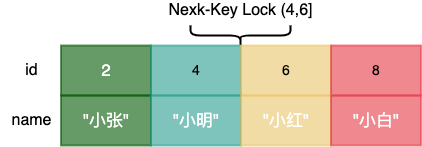
The draw.io diagram img/mysql/mysql-next-key-demo2.png in boilingfrog/Go-POINT, before a commit. Source tidied: cells renumbered, new cells last; positions are measured from the earlier drawing's top-left corner, leaving out a move shared by most shapes.
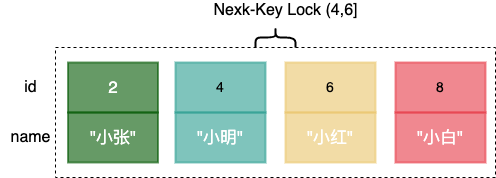
Later version of the same file.

Commit message:
feat:MySQL 中的锁

The edit, as a diff of the source:
```diff
@@ -6,37 +6,40 @@
       <mxGeometry x="60.5" y="45" width="90" height="50" as="geometry" />
     </mxCell>
     <mxCell id="3" value="4" style="rounded=0;whiteSpace=wrap;html=1;fillStyle=auto;fontSize=14;strokeColor=#2A9D8F;strokeWidth=2;fillColor=#2A9D8F;opacity=60;" parent="1" vertex="1">
-      <mxGeometry x="150.5" y="45" width="90" height="50" as="geometry" />
+      <mxGeometry x="168" y="45" width="90" height="50" as="geometry" />
     </mxCell>
     <mxCell id="4" value="6" style="rounded=0;whiteSpace=wrap;html=1;fillStyle=auto;fontSize=14;strokeColor=#E9C46A;strokeWidth=2;fillColor=#E9C46A;opacity=60;" parent="1" vertex="1">
-      <mxGeometry x="240.5" y="45" width="90" height="50" as="geometry" />
+      <mxGeometry x="278" y="45" width="90" height="50" as="geometry" />
     </mxCell>
     <mxCell id="5" value="8" style="rounded=0;whiteSpace=wrap;html=1;fillStyle=auto;fontSize=14;strokeColor=#E63946;strokeWidth=2;fillColor=#E63946;opacity=60;" parent="1" vertex="1">
-      <mxGeometry x="330.5" y="45" width="90" height="50" as="geometry" />
+      <mxGeometry x="388" y="45" width="90" height="50" as="geometry" />
     </mxCell>
     <mxCell id="6" value="&lt;span style=&quot;font-size: 17px&quot;&gt;&quot;小张&quot;&lt;/span&gt;" style="rounded=0;whiteSpace=wrap;html=1;fillStyle=auto;fontSize=14;strokeColor=#005700;strokeWidth=2;fillColor=#005700;fontColor=#ffffff;opacity=60;" parent="1" vertex="1">
       <mxGeometry x="60.5" y="95" width="90" height="50" as="geometry" />
     </mxCell>
     <mxCell id="7" value="&lt;span style=&quot;color: rgb(255 , 255 , 255) ; font-size: 17px&quot;&gt;&quot;小明&quot;&lt;/span&gt;" style="rounded=0;whiteSpace=wrap;html=1;fillStyle=auto;fontSize=14;strokeColor=#2A9D8F;strokeWidth=2;fillColor=#2A9D8F;opacity=60;" parent="1" vertex="1">
-      <mxGeometry x="150.5" y="95" width="90" height="50" as="geometry" />
+      <mxGeometry x="168" y="95" width="90" height="50" as="geometry" />
     </mxCell>
     <mxCell id="8" value="&lt;span style=&quot;color: rgb(255 , 255 , 255) ; font-size: 17px&quot;&gt;&quot;小红&quot;&lt;/span&gt;" style="rounded=0;whiteSpace=wrap;html=1;fillStyle=auto;fontSize=14;strokeColor=#E9C46A;strokeWidth=2;fillColor=#E9C46A;opacity=60;" parent="1" vertex="1">
-      <mxGeometry x="240.5" y="95" width="90" height="50" as="geometry" />
+      <mxGeometry x="278" y="95" width="90" height="50" as="geometry" />
     </mxCell>
     <mxCell id="9" value="&lt;span style=&quot;color: rgb(255 , 255 , 255) ; font-size: 17px&quot;&gt;&quot;小白&quot;&lt;/span&gt;" style="rounded=0;whiteSpace=wrap;html=1;fillStyle=auto;fontSize=14;strokeColor=#E63946;strokeWidth=2;fillColor=#E63946;opacity=60;" parent="1" vertex="1">
-      <mxGeometry x="330.5" y="95" width="90" height="50" as="geometry" />
+      <mxGeometry x="388" y="95" width="90" height="50" as="geometry" />
     </mxCell>
     <mxCell id="10" value="&lt;font style=&quot;font-size: 16px&quot;&gt;Nexk-Key Lock (4,6]&lt;/font&gt;" style="text;html=1;align=center;verticalAlign=middle;strokeColor=none;fillColor=none;" parent="1" vertex="1">
-      <mxGeometry x="160" width="160" height="20" as="geometry" />
+      <mxGeometry x="198" y="-17" width="160" height="20" as="geometry" />
     </mxCell>
-    <mxCell id="11" style="shape=curlyBracket;whiteSpace=wrap;html=1;rounded=1;fontSize=16;direction=north;strokeWidth=2;" parent="1" vertex="1">
-      <mxGeometry x="190" y="25" width="100" height="20" as="geometry" />
+    <mxCell id="11" style="shape=curlyBracket;whiteSpace=wrap;html=1;rounded=1;fontSize=16;direction=south;strokeWidth=2;size=0.5;" parent="1" vertex="1">
+      <mxGeometry x="248" y="10" width="40" height="20" as="geometry" />
     </mxCell>
     <mxCell id="12" value="&lt;font style=&quot;font-size: 16px&quot;&gt;id&lt;/font&gt;" style="text;html=1;align=center;verticalAlign=middle;strokeColor=none;fillColor=none;" parent="1" vertex="1">
-      <mxGeometry x="15.5" y="60" width="30" height="20" as="geometry" />
+      <mxGeometry x="8" y="60" width="30" height="20" as="geometry" />
     </mxCell>
     <mxCell id="13" value="name" style="text;html=1;align=center;verticalAlign=middle;strokeColor=none;fillColor=none;fontSize=16;" parent="1" vertex="1">
-      <mxGeometry x="0.5" y="110" width="60" height="20" as="geometry" />
+      <mxGeometry x="-7" y="110" width="60" height="20" as="geometry" />
     </mxCell>
+    <mxCell id="14" style="verticalLabelPosition=bottom;verticalAlign=top;html=1;shape=mxgraph.basic.rect;fillColor2=none;strokeWidth=1;size=20;indent=5;fillColor=none;dashed=1;" parent="1" vertex="1">
+      <mxGeometry x="48" y="30" width="440" height="130" as="geometry" />
+    </mxCell>
   </root>
 </mxGraphModel>
```
